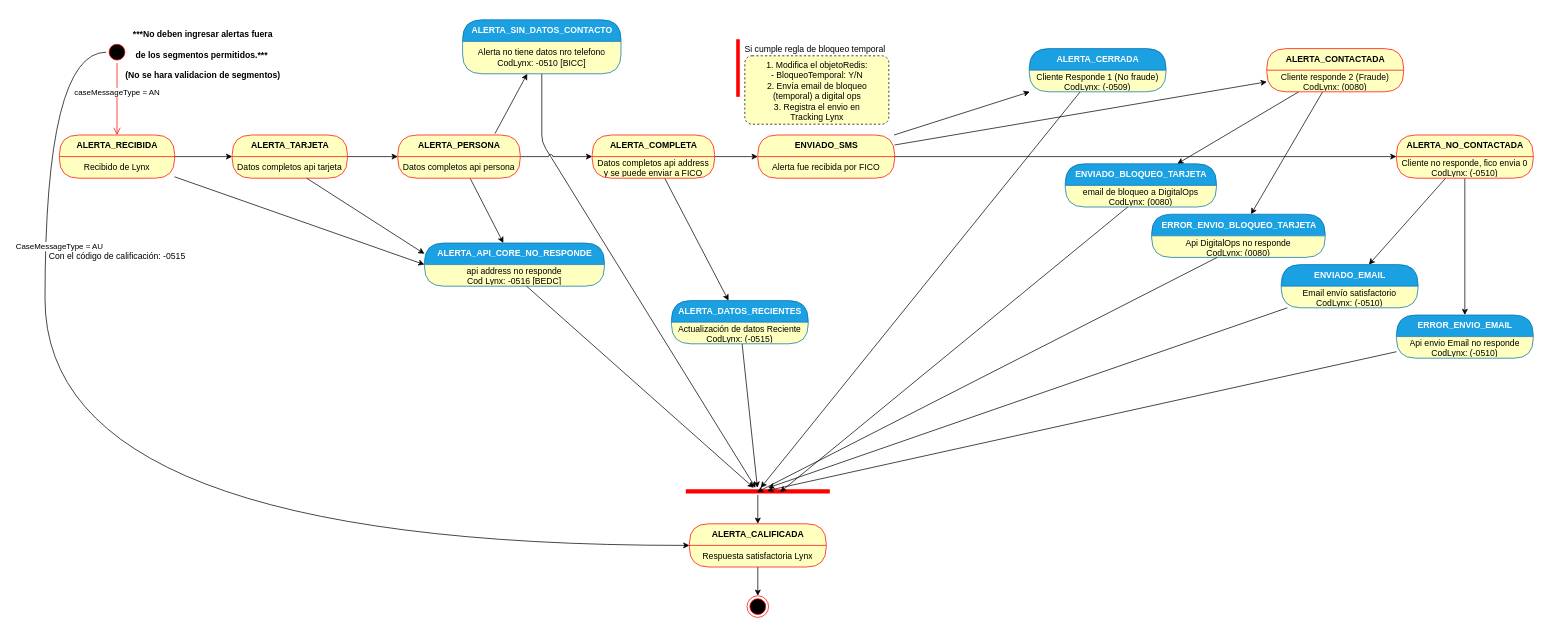
zolymo/diagrams keeps this draw.io diagram as EstadosLynx.drawio. Above is the earlier version. Source tidied: cells renumbered, new cells numbered last; positions are measured from the earlier drawing's top-left corner, leaving out a move shared by most shapes. Both pictures are drawn from the tidied source at 72%, with x=0, y=0 at pixel (12, 12).
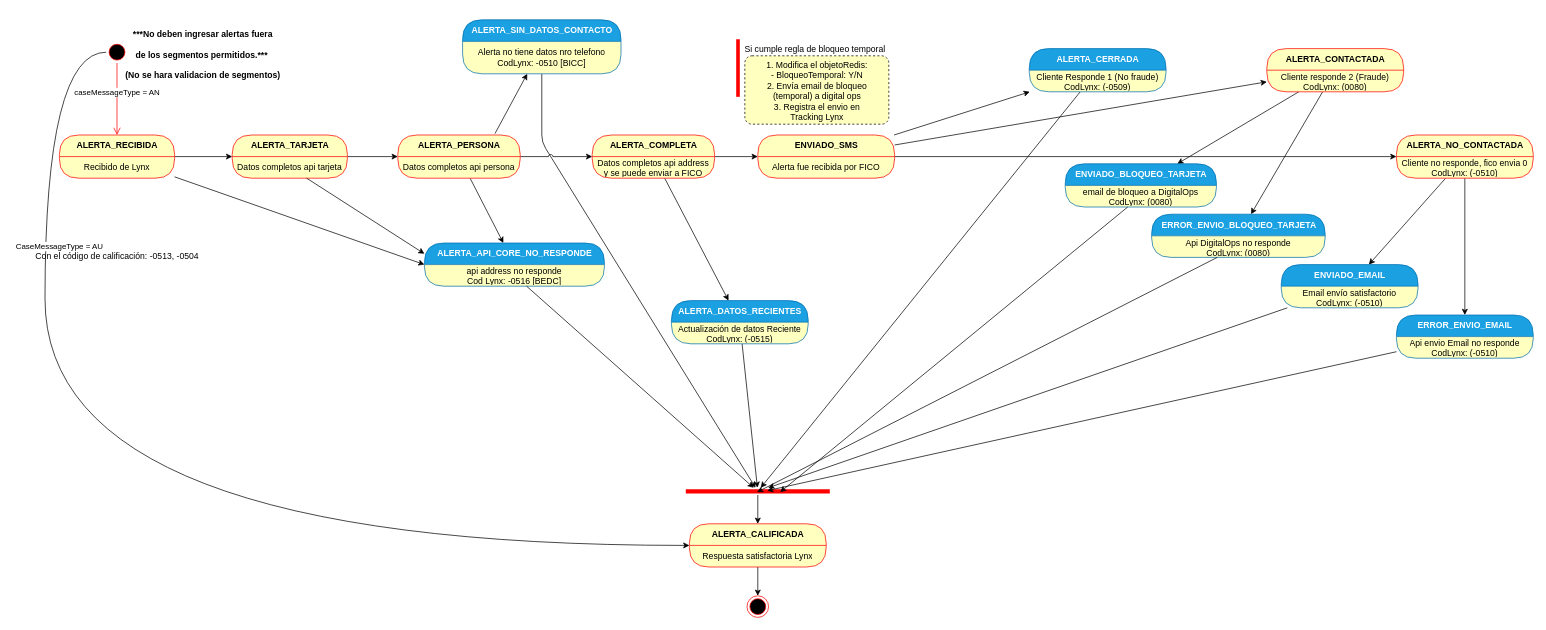
The same diagram, later.

The edit, as a diff of the source:
```diff
@@
-    <mxCell id="70" value="&lt;font style=&quot;font-size: 12px&quot;&gt;&lt;span style=&quot;font-weight: normal&quot;&gt;Con el código de calificación: -0515&lt;/span&gt;&lt;br&gt;&lt;/font&gt;" style="text;strokeColor=none;fillColor=none;html=1;fontSize=24;fontStyle=1;verticalAlign=middle;align=center;" parent="1" vertex="1">
+    <mxCell id="70" value="&lt;font style=&quot;font-size: 12px&quot;&gt;&lt;span style=&quot;font-weight: normal&quot;&gt;Con el código de calificación: -0513, -0504&lt;/span&gt;&lt;br&gt;&lt;/font&gt;" style="text;strokeColor=none;fillColor=none;html=1;fontSize=24;fontStyle=1;verticalAlign=middle;align=center;" parent="1" vertex="1">
       <mxGeometry y="320" width="290" height="30" as="geometry" />
     </mxCell>
```
